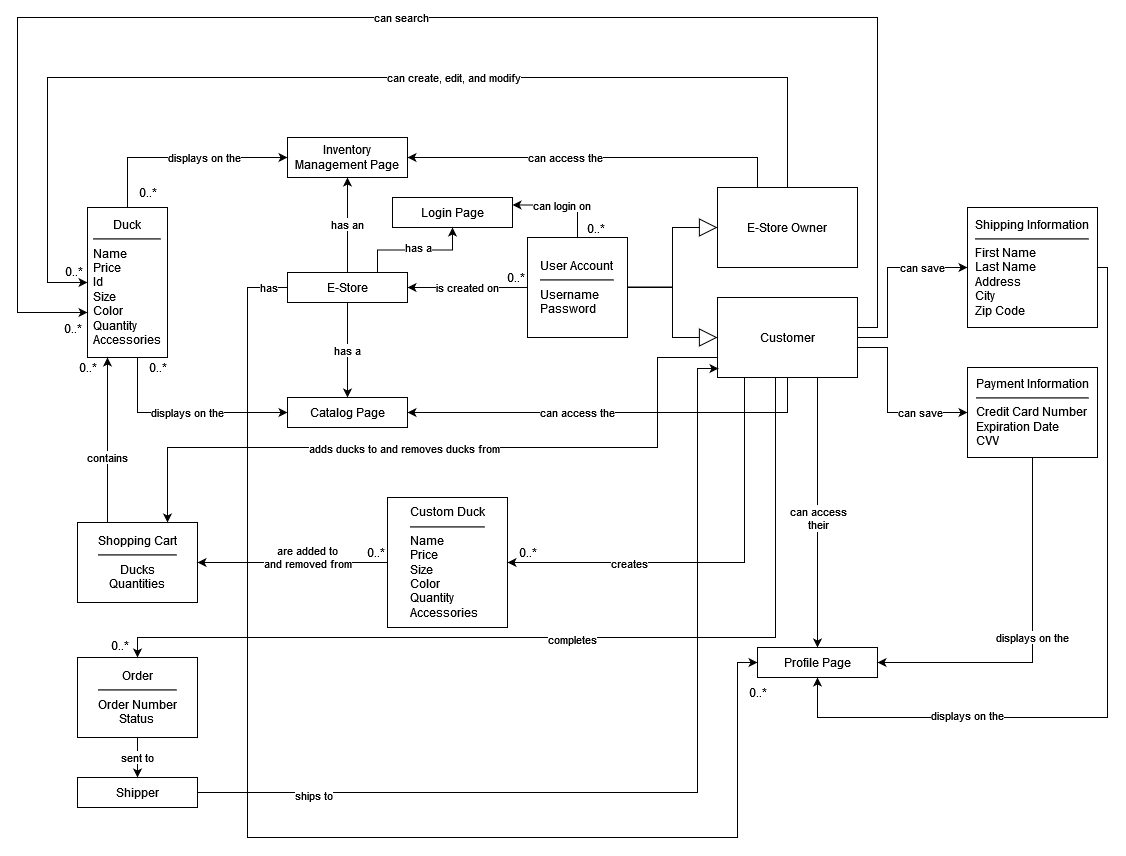
Earlier version of the draw.io export docs/domain-model.png (twh9811/QuackersWebstore). Source tidied: cells renumbered, new cells last; positions are measured from the earlier drawing's top-left corner, leaving out a move shared by most shapes.
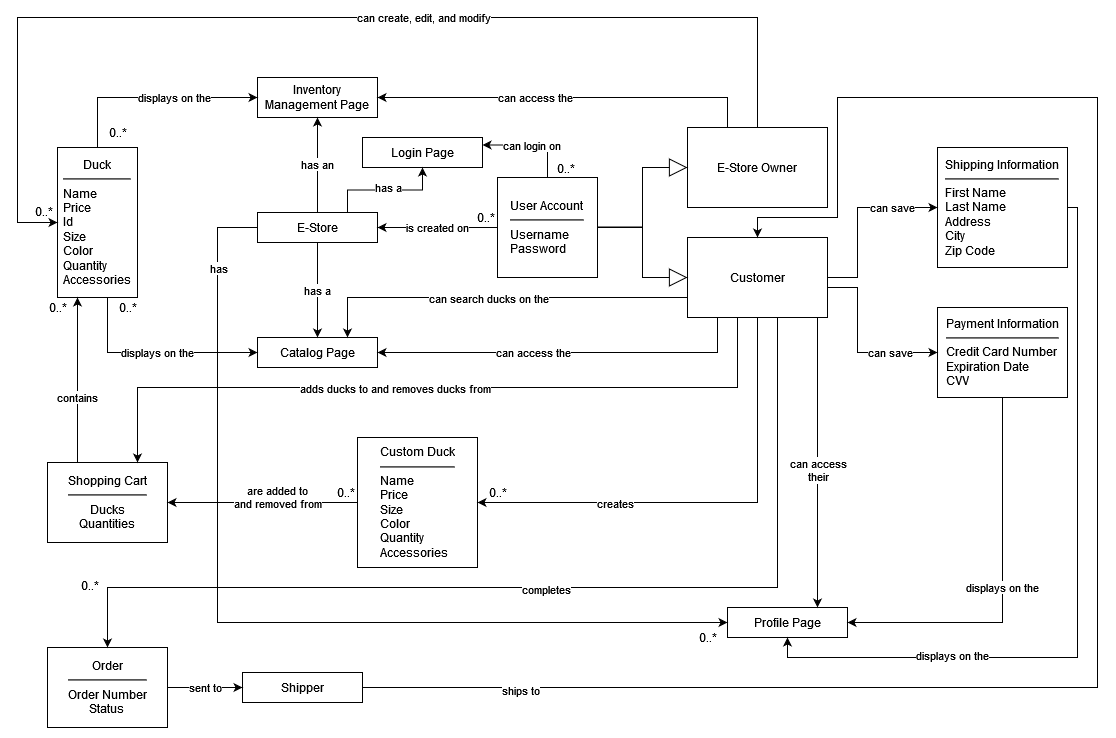
The same diagram one commit later.

Commit message:
Updated Domain Diagram/Fixed issues mentioned in review activity

The edit, as a diff of the source:
```diff
@@ -57,11 +57,11 @@
     <mxCell id="17" value="has a" style="endArrow=classic;html=1;rounded=0;entryX=0.5;entryY=0;entryDx=0;entryDy=0;exitX=0.5;exitY=1;exitDx=0;exitDy=0;" parent="1" edge="1" source="2" target="10">
       <mxGeometry relative="1" as="geometry" />
     </mxCell>
-    <mxCell id="18" style="endArrow=classic;html=1;rounded=0;entryX=1;entryY=0.5;entryDx=0;entryDy=0;edgeStyle=orthogonalEdgeStyle;" parent="1" edge="1" target="10">
+    <mxCell id="18" style="endArrow=classic;html=1;rounded=0;entryX=1;entryY=0.5;entryDx=0;entryDy=0;edgeStyle=orthogonalEdgeStyle;exitX=0.25;exitY=1;exitDx=0;exitDy=0;" parent="1" edge="1" source="6" target="10">
       <mxGeometry relative="1" as="geometry">
-        <mxPoint x="770" y="360" as="sourcePoint" />
         <Array as="points">
-          <mxPoint x="770" y="395" />
+          <mxPoint x="730" y="360" />
+          <mxPoint x="730" y="395" />
         </Array>
       </mxGeometry>
     </mxCell>
@@ -88,23 +88,12 @@
         </Array>
       </mxGeometry>
     </mxCell>
-    <mxCell id="23" value="can search" style="endArrow=classic;html=1;rounded=0;edgeStyle=orthogonalEdgeStyle;" parent="1" edge="1" source="6">
-      <mxGeometry x="0.04" relative="1" as="geometry">
-        <mxPoint x="70" y="295" as="targetPoint" />
-        <Array as="points">
-          <mxPoint x="860" y="310" />
-          <mxPoint x="860" />
-          <mxPoint />
-          <mxPoint y="295" />
-        </Array>
-      </mxGeometry>
-    </mxCell>
     <mxCell id="24" value="Profile Page" style="rounded=0;whiteSpace=wrap;html=1;" parent="1" vertex="1">
-      <mxGeometry x="740" y="630" width="120" height="30" as="geometry" />
+      <mxGeometry x="740" y="650" width="120" height="30" as="geometry" />
     </mxCell>
-    <mxCell id="25" style="endArrow=classic;html=1;rounded=0;entryX=0.5;entryY=0;entryDx=0;entryDy=0;" parent="1" edge="1" target="24">
+    <mxCell id="25" style="endArrow=classic;html=1;rounded=0;entryX=0.75;entryY=0;entryDx=0;entryDy=0;" parent="1" edge="1" target="24">
       <mxGeometry relative="1" as="geometry">
-        <mxPoint x="800" y="360" as="sourcePoint" />
+        <mxPoint x="830" y="360" as="sourcePoint" />
       </mxGeometry>
     </mxCell>
     <mxCell id="26" value="&lt;div&gt;can access &lt;br&gt;&lt;/div&gt;&lt;div&gt;their&lt;/div&gt;" style="edgeLabel;html=1;align=center;verticalAlign=middle;" parent="25" vertex="1">
@@ -112,9 +101,6 @@
         <mxPoint x="-2" y="-28" as="offset" />
       </mxGeometry>
     </mxCell>
-    <mxCell id="27" value="0..*" style="text;html=1;align=center;verticalAlign=middle;strokeColor=none;fillColor=none;" parent="1" vertex="1">
-      <mxGeometry x="35" y="296" width="40" height="30" as="geometry" />
-    </mxCell>
     <mxCell id="28" value="0..*" style="text;html=1;align=center;verticalAlign=middle;strokeColor=none;fillColor=none;" parent="1" vertex="1">
       <mxGeometry x="478" y="245" width="40" height="30" as="geometry" />
     </mxCell>
@@ -164,11 +150,12 @@
     <mxCell id="37" value="contains" style="endArrow=classic;html=1;rounded=0;entryX=0.25;entryY=1;entryDx=0;entryDy=0;exitX=0.25;exitY=0;exitDx=0;exitDy=0;" parent="1" edge="1" source="36" target="12">
       <mxGeometry x="-0.22" relative="1" as="geometry" />
     </mxCell>
-    <mxCell id="38" style="endArrow=classic;html=1;rounded=0;entryX=0.75;entryY=0;entryDx=0;entryDy=0;exitX=0;exitY=0.75;exitDx=0;exitDy=0;edgeStyle=orthogonalEdgeStyle;" parent="1" edge="1" source="6" target="36">
+    <mxCell id="38" style="endArrow=classic;html=1;rounded=0;entryX=0.75;entryY=0;entryDx=0;entryDy=0;edgeStyle=orthogonalEdgeStyle;" parent="1" edge="1" target="36">
       <mxGeometry relative="1" as="geometry">
+        <mxPoint x="730" y="360" as="sourcePoint" />
         <Array as="points">
-          <mxPoint x="640" y="340" />
-          <mxPoint x="640" y="430" />
+          <mxPoint x="750" y="360" />
+          <mxPoint x="750" y="430" />
           <mxPoint x="150" y="430" />
         </Array>
       </mxGeometry>
@@ -189,7 +176,8 @@
       <mxGeometry relative="1" as="geometry">
         <mxPoint x="727" y="360" as="sourcePoint" />
         <Array as="points">
-          <mxPoint x="727" y="545" />
+          <mxPoint x="770" y="360" />
+          <mxPoint x="770" y="545" />
         </Array>
       </mxGeometry>
     </mxCell>
@@ -213,14 +201,14 @@
       <mxGeometry x="338" y="520" width="40" height="30" as="geometry" />
     </mxCell>
     <mxCell id="48" value="&lt;div&gt;Order&lt;/div&gt;&lt;div&gt;&lt;hr&gt;Order Number&lt;/div&gt;&lt;div&gt;Status&lt;br&gt;&lt;/div&gt;" style="rounded=0;whiteSpace=wrap;html=1;" parent="1" vertex="1">
-      <mxGeometry x="60" y="640" width="120" height="80" as="geometry" />
+      <mxGeometry x="60" y="690" width="120" height="80" as="geometry" />
     </mxCell>
-    <mxCell id="49" style="endArrow=classic;html=1;rounded=0;entryX=0.5;entryY=0;entryDx=0;entryDy=0;edgeStyle=orthogonalEdgeStyle;" parent="1" edge="1" target="48">
+    <mxCell id="49" style="endArrow=classic;html=1;rounded=0;entryX=0.5;entryY=0;entryDx=0;entryDy=0;edgeStyle=orthogonalEdgeStyle;exitX=0.75;exitY=1;exitDx=0;exitDy=0;" parent="1" edge="1" source="6" target="48">
       <mxGeometry relative="1" as="geometry">
-        <mxPoint x="750" y="360" as="sourcePoint" />
         <Array as="points">
-          <mxPoint x="758" y="620" />
-          <mxPoint x="120" y="620" />
+          <mxPoint x="790" y="360" />
+          <mxPoint x="790" y="630" />
+          <mxPoint x="120" y="630" />
         </Array>
       </mxGeometry>
     </mxCell>
@@ -246,23 +234,26 @@
         <mxPoint x="-8" y="1" as="offset" />
       </mxGeometry>
     </mxCell>
+    <mxCell id="58" style="edgeStyle=orthogonalEdgeStyle;rounded=0;jettySize=auto;html=1;exitX=1;exitY=0.5;exitDx=0;exitDy=0;entryX=0.5;entryY=0;entryDx=0;entryDy=0;" parent="1" edge="1" source="56" target="6">
+      <mxGeometry relative="1" as="geometry">
+        <Array as="points">
+          <mxPoint x="1110" y="730" />
+          <mxPoint x="1110" y="140" />
+          <mxPoint x="850" y="140" />
+          <mxPoint x="850" y="260" />
+          <mxPoint x="770" y="260" />
+        </Array>
+      </mxGeometry>
+    </mxCell>
+    <mxCell id="59" value="ships to" style="edgeLabel;html=1;align=center;verticalAlign=middle;" parent="58" vertex="1">
+      <mxGeometry x="-0.83" y="-2" relative="1" as="geometry" />
+    </mxCell>
     <mxCell id="56" value="Shipper" style="rounded=0;whiteSpace=wrap;html=1;" parent="1" vertex="1">
-      <mxGeometry x="60" y="760" width="120" height="30" as="geometry" />
+      <mxGeometry x="255" y="715" width="120" height="30" as="geometry" />
     </mxCell>
-    <mxCell id="57" value="sent to" style="endArrow=classic;html=1;rounded=0;entryX=0.5;entryY=0;entryDx=0;entryDy=0;exitX=0.5;exitY=1;exitDx=0;exitDy=0;" parent="1" edge="1" source="48" target="56">
+    <mxCell id="57" value="sent to" style="endArrow=classic;html=1;rounded=0;exitX=1;exitY=0.5;exitDx=0;exitDy=0;entryX=0;entryY=0.5;entryDx=0;entryDy=0;" parent="1" edge="1" source="48" target="56">
       <mxGeometry relative="1" as="geometry" />
     </mxCell>
-    <mxCell id="58" style="endArrow=classic;html=1;rounded=0;entryX=0.007;entryY=0.888;entryDx=0;entryDy=0;entryPerimeter=0;exitX=1;exitY=0.5;exitDx=0;exitDy=0;edgeStyle=orthogonalEdgeStyle;" parent="1" edge="1" source="56" target="6">
-      <mxGeometry relative="1" as="geometry">
-        <Array as="points">
-          <mxPoint x="680" y="775" />
-          <mxPoint x="680" y="351" />
-        </Array>
-      </mxGeometry>
-    </mxCell>
-    <mxCell id="59" value="ships to" style="edgeLabel;html=1;align=center;verticalAlign=middle;" parent="58" vertex="1">
-      <mxGeometry x="-0.76" y="-2" relative="1" as="geometry" />
-    </mxCell>
     <mxCell id="60" value="0..*" style="text;html=1;align=center;verticalAlign=middle;strokeColor=none;fillColor=none;" parent="1" vertex="1">
       <mxGeometry x="110" y="160" width="40" height="30" as="geometry" />
     </mxCell>
@@ -273,19 +264,23 @@
       <mxGeometry relative="1" as="geometry">
         <Array as="points">
           <mxPoint x="230" y="270" />
-          <mxPoint x="230" y="820" />
-          <mxPoint x="720" y="820" />
-          <mxPoint x="720" y="645" />
+          <mxPoint x="230" y="665" />
         </Array>
       </mxGeometry>
     </mxCell>
     <mxCell id="63" value="has" style="edgeLabel;html=1;align=center;verticalAlign=middle;" parent="62" vertex="1">
       <mxGeometry x="-0.86" y="1" relative="1" as="geometry">
-        <mxPoint x="19" y="-53" as="offset" />
+        <mxPoint x="-1" y="12" as="offset" />
       </mxGeometry>
     </mxCell>
     <mxCell id="64" value="0..*" style="text;html=1;align=center;verticalAlign=middle;strokeColor=none;fillColor=none;" parent="1" vertex="1">
-      <mxGeometry x="720" y="660" width="40" height="30" as="geometry" />
+      <mxGeometry x="700" y="665" width="40" height="30" as="geometry" />
     </mxCell>
+    <mxCell id="65" style="edgeStyle=orthogonalEdgeStyle;rounded=0;jettySize=auto;html=1;exitX=0;exitY=0.75;exitDx=0;exitDy=0;entryX=0.75;entryY=0;entryDx=0;entryDy=0;" parent="1" edge="1" source="6" target="10">
+      <mxGeometry relative="1" as="geometry" />
+    </mxCell>
+    <mxCell id="66" value="can search ducks on the" style="edgeLabel;html=1;align=center;verticalAlign=middle;" parent="65" vertex="1">
+      <mxGeometry x="0.05" relative="1" as="geometry" />
+    </mxCell>
   </root>
 </mxGraphModel>
```
